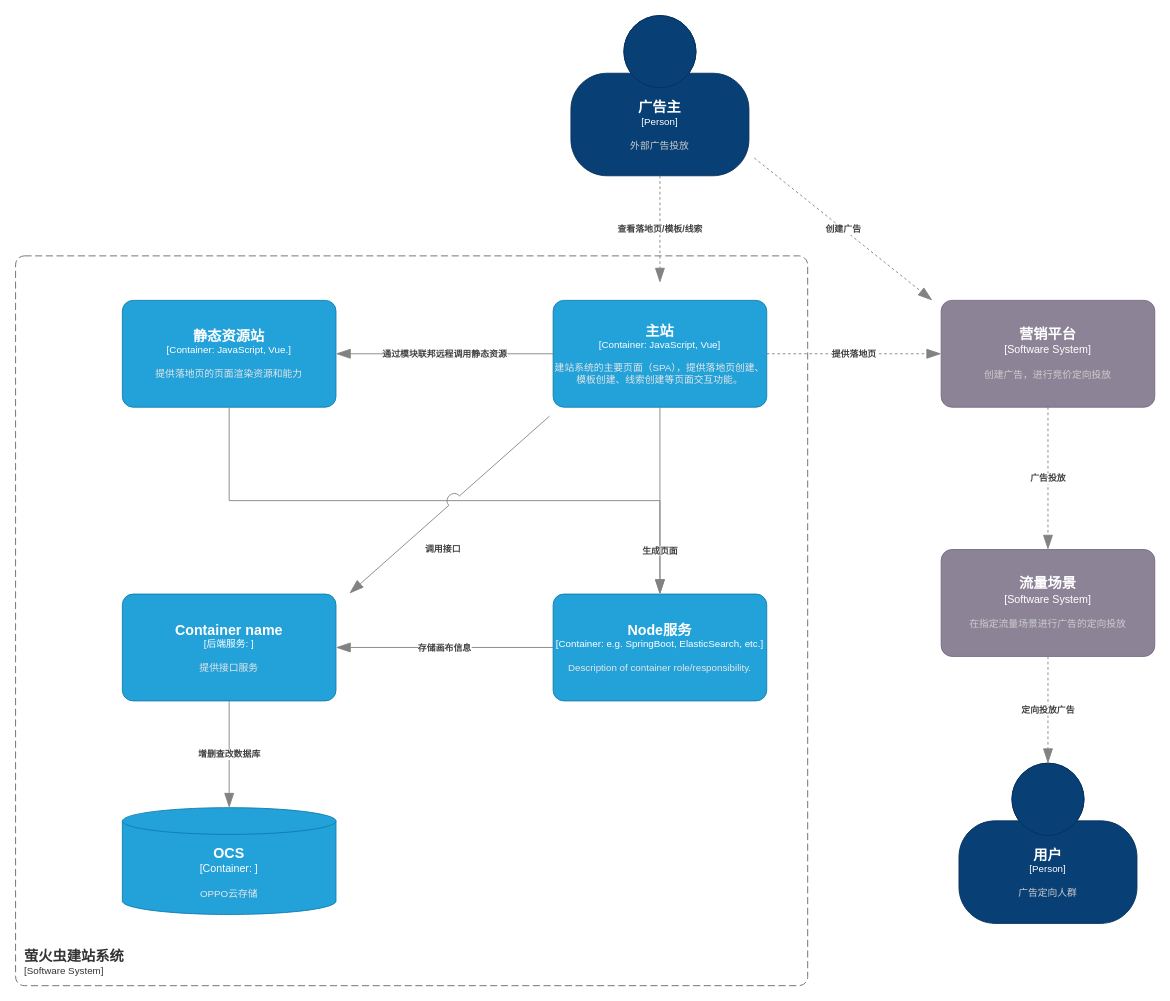
Earlier version of the draw.io diagram 萤火虫C4模型-容器上下文=.drawio (Hantron/jira). Source tidied: cells renumbered, new cells numbered last; positions are measured from the earlier drawing's top-left corner, leaving out a move shared by most shapes. Both pictures are drawn from the tidied source at 89%, with x=0, y=0 at pixel (15, 15).
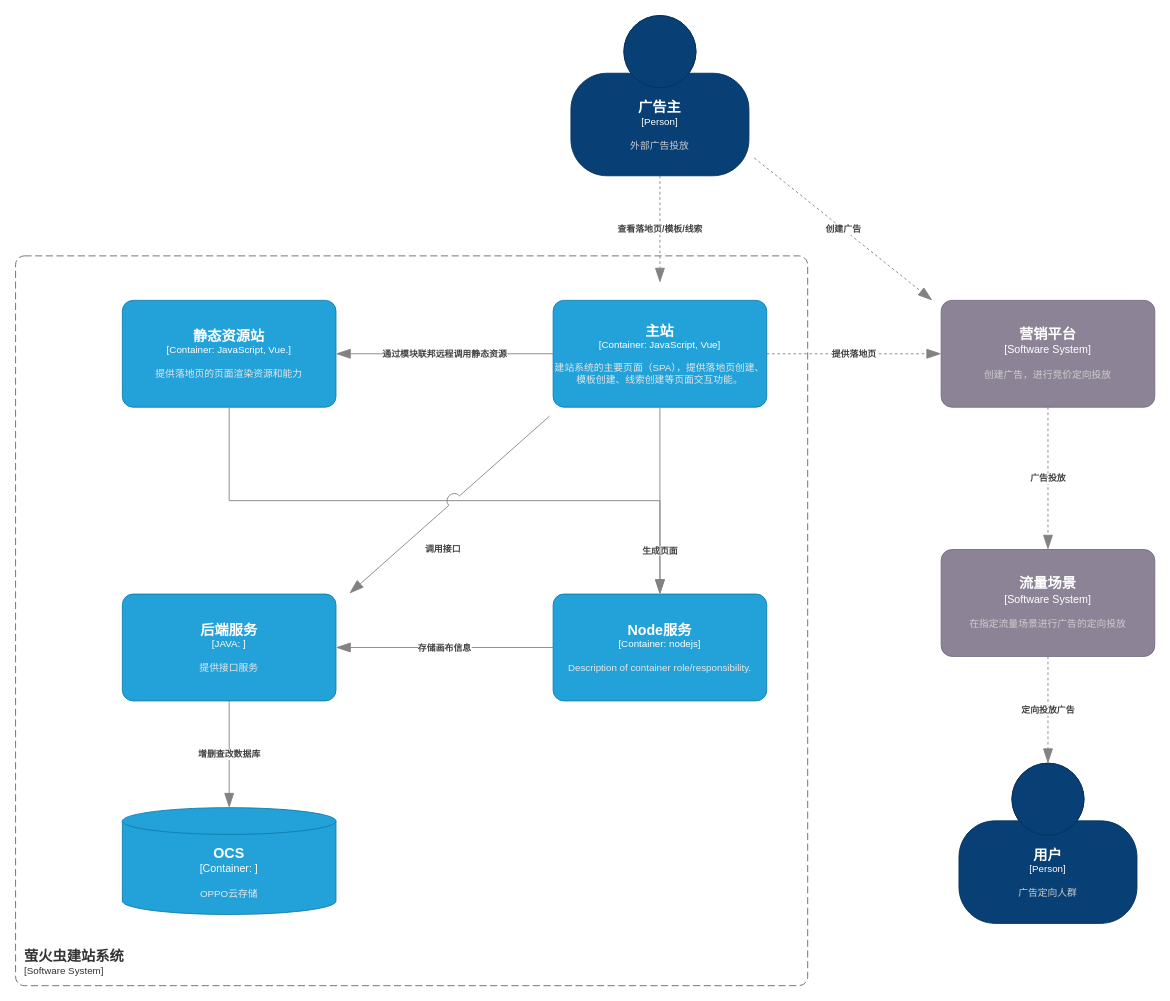
After the change.

Commit message:
更新萤火虫C4模型-容器上下文=.drawio

The edit, as a diff of the source:
```diff
@@
-    <object id="14" label="&lt;font style=&quot;font-size: 16px&quot;&gt;&lt;b&gt;%c4Name%&lt;/b&gt;&lt;/font&gt;&lt;div&gt;[%c4Type%: %c4Technology%]&lt;/div&gt;&lt;br&gt;&lt;div&gt;&lt;font style=&quot;font-size: 11px&quot;&gt;&lt;font color=&quot;#E6E6E6&quot;&gt;%c4Description%&lt;/font&gt;&lt;/div&gt;" c4Description="Description of container role/responsibility." c4Name="Node服务" c4Technology="e.g. SpringBoot, ElasticSearch, etc." c4Type="Container" placeholders="1">
+    <object id="14" label="&lt;font style=&quot;font-size: 16px&quot;&gt;&lt;b&gt;%c4Name%&lt;/b&gt;&lt;/font&gt;&lt;div&gt;[%c4Type%: %c4Technology%]&lt;/div&gt;&lt;br&gt;&lt;div&gt;&lt;font style=&quot;font-size: 11px&quot;&gt;&lt;font color=&quot;#E6E6E6&quot;&gt;%c4Description%&lt;/font&gt;&lt;/div&gt;" c4Description="Description of container role/responsibility." c4Name="Node服务" c4Technology="nodejs" c4Type="Container" placeholders="1">
       <mxCell style="rounded=1;whiteSpace=wrap;html=1;fontSize=11;labelBackgroundColor=none;fillColor=#23A2D9;fontColor=#ffffff;align=center;arcSize=10;strokeColor=#0E7DAD;points=[[0.25,0,0],[0.5,0,0],[0.75,0,0],[1,0.25,0],[1,0.5,0],[1,0.75,0],[0.75,1,0],[0.5,1,0],[0.25,1,0],[0,0.75,0],[0,0.5,0],[0,0.25,0]];" parent="1" vertex="1">
         <mxGeometry x="604" y="650" width="240" height="120" as="geometry" />
       </mxCell>
     </object>
@@
-    <object id="19" label="&lt;font style=&quot;font-size: 16px&quot;&gt;&lt;b&gt;%c4Name%&lt;/b&gt;&lt;/font&gt;&lt;div&gt;[%c4Type%: %c4Technology%]&lt;/div&gt;&lt;br&gt;&lt;div&gt;&lt;font style=&quot;font-size: 11px&quot;&gt;&lt;font color=&quot;#E6E6E6&quot;&gt;%c4Description%&lt;/font&gt;&lt;/div&gt;" c4Description="提供接口服务" c4Name="Container name" c4Technology="" c4Type="后端服务" placeholders="1">
+    <object id="19" label="&lt;font style=&quot;font-size: 16px&quot;&gt;&lt;b&gt;%c4Name%&lt;/b&gt;&lt;/font&gt;&lt;div&gt;[%c4Type%: %c4Technology%]&lt;/div&gt;&lt;br&gt;&lt;div&gt;&lt;font style=&quot;font-size: 11px&quot;&gt;&lt;font color=&quot;#E6E6E6&quot;&gt;%c4Description%&lt;/font&gt;&lt;/div&gt;" c4Description="提供接口服务" c4Name="后端服务" c4Technology="" c4Type="JAVA" placeholders="1">
       <mxCell style="rounded=1;whiteSpace=wrap;html=1;fontSize=11;labelBackgroundColor=none;fillColor=#23A2D9;fontColor=#ffffff;align=center;arcSize=10;strokeColor=#0E7DAD;points=[[0.25,0,0],[0.5,0,0],[0.75,0,0],[1,0.25,0],[1,0.5,0],[1,0.75,0],[0.75,1,0],[0.5,1,0],[0.25,1,0],[0,0.75,0],[0,0.5,0],[0,0.25,0]];" parent="1" vertex="1">
         <mxGeometry x="120" y="650" width="240" height="120" as="geometry" />
       </mxCell>
     </object>
```
